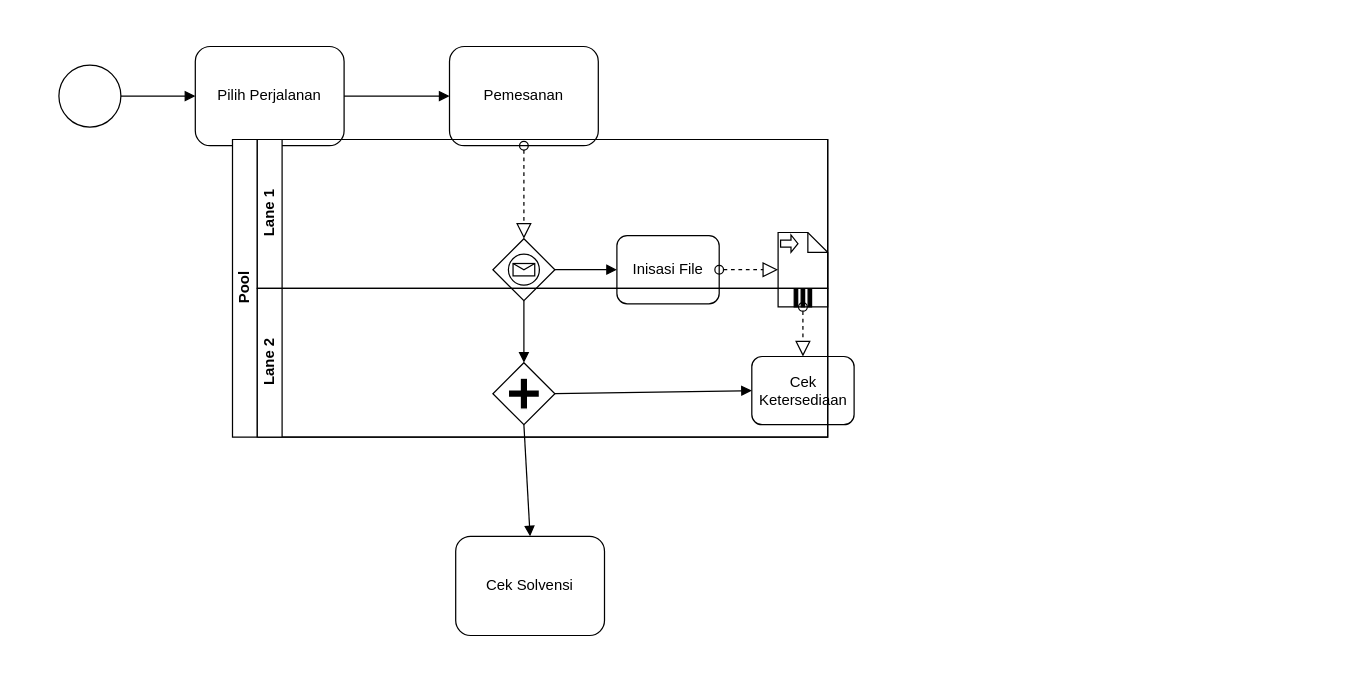
surya-b21/Draw.io keeps this draw.io diagram as BPMN.drawio. Above is the earlier version. Source tidied: cells renumbered, new cells numbered last; positions are measured from the earlier drawing's top-left corner, leaving out a move shared by most shapes. Both pictures are drawn from the tidied source at 124%, with x=0, y=0 at pixel (58, 46).
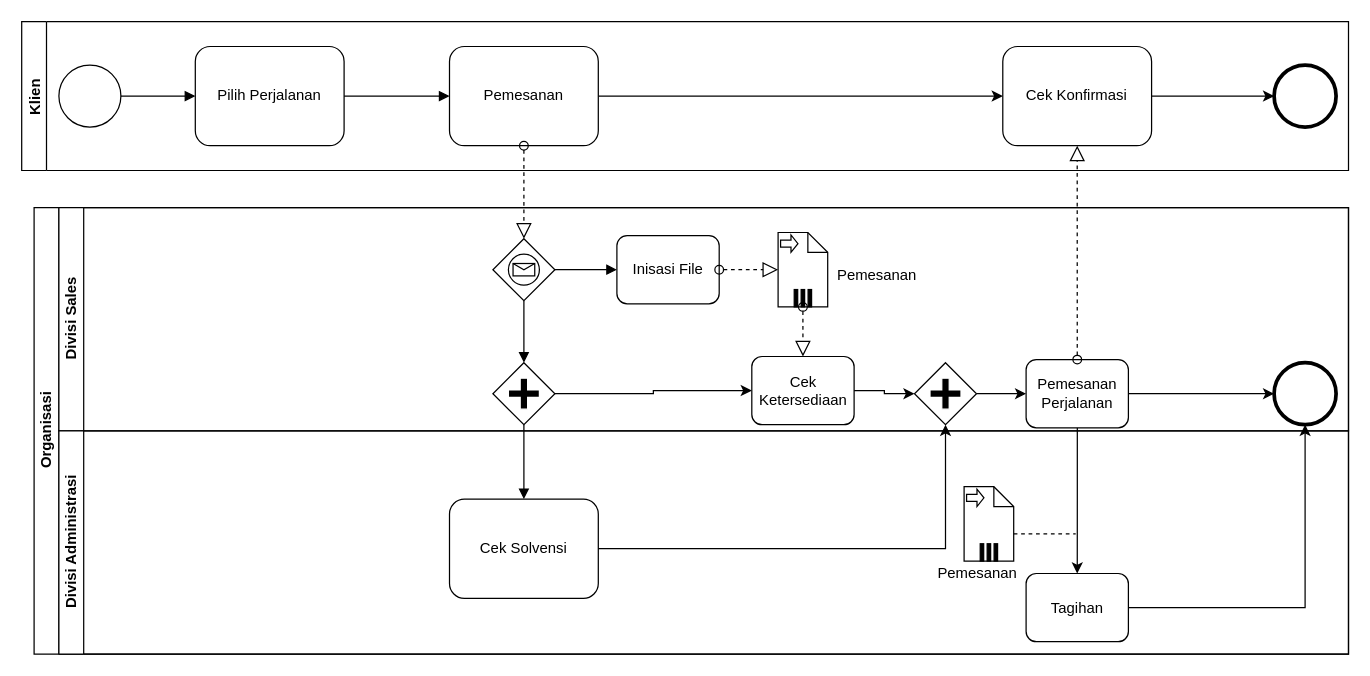
The same page after the edit.

The change refers to these unchanged cells:
```xml
<mxCell id="6" value="Pemesanan" style="shape=ext;rounded=1;html=1;whiteSpace=wrap;" parent="1" vertex="1">
  <mxGeometry x="315" width="120" height="80" as="geometry" />
</mxCell>
<mxCell id="15" style="shape=mxgraph.bpmn.shape;html=1;verticalLabelPosition=bottom;labelBackgroundColor=#ffffff;verticalAlign=top;align=center;perimeter=rhombusPerimeter;background=gateway;outlineConnect=0;outline=none;symbol=parallelGw;" parent="1" vertex="1">
  <mxGeometry x="350" y="255" width="50" height="50" as="geometry" />
</mxCell>
```

Diff of the diagram source:
```diff
@@
+    <mxCell id="25" style="edgeStyle=orthogonalEdgeStyle;rounded=0;jettySize=auto;html=1;" parent="1" edge="1" source="6" target="37">
+      <mxGeometry relative="1" as="geometry" />
+    </mxCell>
@@
+    <mxCell id="17" style="edgeStyle=orthogonalEdgeStyle;rounded=0;jettySize=auto;html=1;" parent="1" edge="1" source="15" target="18">
+      <mxGeometry relative="1" as="geometry" />
+    </mxCell>
@@
-    <mxCell id="17" style="endArrow=block;endFill=1;endSize=6;html=1;exitX=1;exitY=0.5;exitDx=0;exitDy=0;entryX=0;entryY=0.5;entryDx=0;entryDy=0;" parent="1" edge="1" source="15" target="18">
-      <mxGeometry relative="1" as="geometry" />
-    </mxCell>
-    <mxCell id="18" value="Cek Ketersediaan" style="shape=ext;rounded=1;html=1;whiteSpace=wrap;" parent="1" vertex="1">
-      <mxGeometry x="558.8" y="250" width="82.5" height="55" as="geometry" />
-    </mxCell>
@@
-    <mxCell id="20" value="Cek Solvensi" style="shape=ext;rounded=1;html=1;whiteSpace=wrap;" parent="1" vertex="1">
-      <mxGeometry x="320" y="395" width="120" height="80" as="geometry" />
-    </mxCell>
@@
-    <mxCell id="22" value="Pool" style="swimlane;html=1;horizontal=0;startSize=20;" parent="1" vertex="1">
-      <mxGeometry x="140" y="75" width="480" height="240" as="geometry" />
+    <mxCell id="22" value="Organisasi" style="swimlane;html=1;horizontal=0;startSize=20;" parent="1" vertex="1">
+      <mxGeometry x="-20" y="130" width="1060" height="360" as="geometry" />
     </mxCell>
-    <mxCell id="23" value="Lane 1" style="swimlane;html=1;startSize=20;horizontal=0;" parent="22" vertex="1">
-      <mxGeometry x="20" width="460" height="120" as="geometry" />
+    <mxCell id="23" value="Divisi Sales" style="swimlane;html=1;startSize=20;horizontal=0;" parent="22" vertex="1">
+      <mxGeometry x="20" width="1040" height="180" as="geometry" />
     </mxCell>
+    <mxCell id="26" value="Pemesanan" style="text;html=1;strokeColor=none;fillColor=none;align=center;verticalAlign=middle;whiteSpace=wrap;rounded=0;" parent="23" vertex="1">
+      <mxGeometry x="640" y="45" width="40" height="20" as="geometry" />
+    </mxCell>
+    <mxCell id="18" value="Cek Ketersediaan" style="shape=ext;rounded=1;html=1;whiteSpace=wrap;" parent="23" vertex="1">
+      <mxGeometry x="558.8" y="120" width="82.5" height="55" as="geometry" />
+    </mxCell>
-    <mxCell id="24" value="Lane 2" style="swimlane;html=1;startSize=20;horizontal=0;" parent="22" vertex="1">
-      <mxGeometry x="20" y="120" width="460" height="120" as="geometry" />
+    <mxCell id="24" value="Divisi Administrasi" style="swimlane;html=1;startSize=20;horizontal=0;" parent="22" vertex="1">
+      <mxGeometry x="20" y="180" width="1040" height="180" as="geometry" />
     </mxCell>
+    <mxCell id="20" value="Cek Solvensi" style="shape=ext;rounded=1;html=1;whiteSpace=wrap;" parent="24" vertex="1">
+      <mxGeometry x="315" y="55" width="120" height="80" as="geometry" />
+    </mxCell>
+    <mxCell id="27" value="Klien" style="swimlane;startSize=20;horizontal=0;" parent="1" vertex="1">
+      <mxGeometry x="-30" y="-20" width="1070" height="120" as="geometry" />
+    </mxCell>
+    <mxCell id="28" style="edgeStyle=orthogonalEdgeStyle;rounded=0;jettySize=auto;html=1;entryX=0;entryY=0.5;entryDx=0;entryDy=0;" parent="1" edge="1" source="29" target="34">
+      <mxGeometry relative="1" as="geometry" />
+    </mxCell>
+    <mxCell id="29" style="shape=mxgraph.bpmn.shape;html=1;verticalLabelPosition=bottom;labelBackgroundColor=#ffffff;verticalAlign=top;align=center;perimeter=rhombusPerimeter;background=gateway;outlineConnect=0;outline=none;symbol=parallelGw;" parent="1" vertex="1">
+      <mxGeometry x="690" y="255" width="50" height="50" as="geometry" />
+    </mxCell>
+    <mxCell id="30" style="edgeStyle=orthogonalEdgeStyle;rounded=0;jettySize=auto;html=1;entryX=0;entryY=0.5;entryDx=0;entryDy=0;" parent="1" edge="1" source="18" target="29">
+      <mxGeometry relative="1" as="geometry" />
+    </mxCell>
+    <mxCell id="31" style="edgeStyle=orthogonalEdgeStyle;rounded=0;jettySize=auto;html=1;entryX=0.5;entryY=1;entryDx=0;entryDy=0;" parent="1" edge="1" source="20" target="29">
+      <mxGeometry relative="1" as="geometry" />
+    </mxCell>
+    <mxCell id="32" style="edgeStyle=orthogonalEdgeStyle;rounded=0;jettySize=auto;html=1;entryX=0.5;entryY=0;entryDx=0;entryDy=0;" parent="1" edge="1" source="34" target="43">
+      <mxGeometry relative="1" as="geometry" />
+    </mxCell>
+    <mxCell id="33" style="edgeStyle=orthogonalEdgeStyle;rounded=0;jettySize=auto;html=1;entryX=0;entryY=0.5;entryDx=0;entryDy=0;" parent="1" edge="1" source="34" target="46">
+      <mxGeometry relative="1" as="geometry" />
+    </mxCell>
+    <mxCell id="34" value="Pemesanan Perjalanan" style="shape=ext;rounded=1;html=1;whiteSpace=wrap;" parent="1" vertex="1">
+      <mxGeometry x="780" y="252.5" width="82.5" height="55" as="geometry" />
+    </mxCell>
+    <mxCell id="35" style="startArrow=oval;startFill=0;startSize=7;endArrow=block;endFill=0;endSize=10;dashed=1;html=1;exitX=0.5;exitY=0;exitDx=0;exitDy=0;" parent="1" edge="1" source="34" target="37">
+      <mxGeometry relative="1" as="geometry" />
+    </mxCell>
+    <mxCell id="36" style="edgeStyle=orthogonalEdgeStyle;rounded=0;jettySize=auto;html=1;entryX=0;entryY=0.5;entryDx=0;entryDy=0;" parent="1" edge="1" source="37" target="38">
+      <mxGeometry relative="1" as="geometry" />
+    </mxCell>
+    <mxCell id="37" value="Cek Konfirmasi" style="shape=ext;rounded=1;html=1;whiteSpace=wrap;" parent="1" vertex="1">
+      <mxGeometry x="761.2" width="120" height="80" as="geometry" />
+    </mxCell>
+    <mxCell id="38" style="shape=mxgraph.bpmn.shape;html=1;verticalLabelPosition=bottom;labelBackgroundColor=#ffffff;verticalAlign=top;align=center;perimeter=ellipsePerimeter;outlineConnect=0;outline=end;symbol=general;" parent="1" vertex="1">
+      <mxGeometry x="980" y="15" width="50" height="50" as="geometry" />
+    </mxCell>
+    <mxCell id="39" style="shape=note;whiteSpace=wrap;size=16;html=1;" parent="1" vertex="1">
+      <mxGeometry x="730" y="355" width="40" height="60" as="geometry" />
+    </mxCell>
+    <mxCell id="40" style="html=1;shape=singleArrow;arrowWidth=0.4;arrowSize=0.4;" parent="39" vertex="1">
+      <mxGeometry width="14" height="14" relative="1" as="geometry">
+        <mxPoint x="2" y="2" as="offset" />
+      </mxGeometry>
+    </mxCell>
+    <mxCell id="41" style="html=1;whiteSpace=wrap;shape=parallelMarker;" parent="39" vertex="1">
+      <mxGeometry x="0.5" y="1" width="14" height="14" relative="1" as="geometry">
+        <mxPoint x="-7" y="-14" as="offset" />
+      </mxGeometry>
+    </mxCell>
+    <mxCell id="42" style="edgeStyle=orthogonalEdgeStyle;rounded=0;jettySize=auto;html=1;entryX=0.5;entryY=1;entryDx=0;entryDy=0;" parent="1" edge="1" source="43" target="46">
+      <mxGeometry relative="1" as="geometry" />
+    </mxCell>
+    <mxCell id="43" value="Tagihan" style="shape=ext;rounded=1;html=1;whiteSpace=wrap;" parent="1" vertex="1">
+      <mxGeometry x="780" y="425" width="82.5" height="55" as="geometry" />
+    </mxCell>
+    <mxCell id="44" value="Pemesanan" style="text;html=1;strokeColor=none;fillColor=none;align=center;verticalAlign=middle;whiteSpace=wrap;rounded=0;" parent="1" vertex="1">
+      <mxGeometry x="721.2" y="415" width="40" height="20" as="geometry" />
+    </mxCell>
+    <mxCell id="45" style="endArrow=none;dashed=1;html=1;exitX=0;exitY=0;exitDx=40;exitDy=38;exitPerimeter=0;" parent="1" edge="1" source="39">
+      <mxGeometry relative="1" as="geometry">
+        <mxPoint x="820" y="393" as="targetPoint" />
+      </mxGeometry>
+    </mxCell>
+    <mxCell id="46" style="shape=mxgraph.bpmn.shape;html=1;verticalLabelPosition=bottom;labelBackgroundColor=#ffffff;verticalAlign=top;align=center;perimeter=ellipsePerimeter;outlineConnect=0;outline=end;symbol=general;" parent="1" vertex="1">
+      <mxGeometry x="980" y="255" width="50" height="50" as="geometry" />
+    </mxCell>
```
